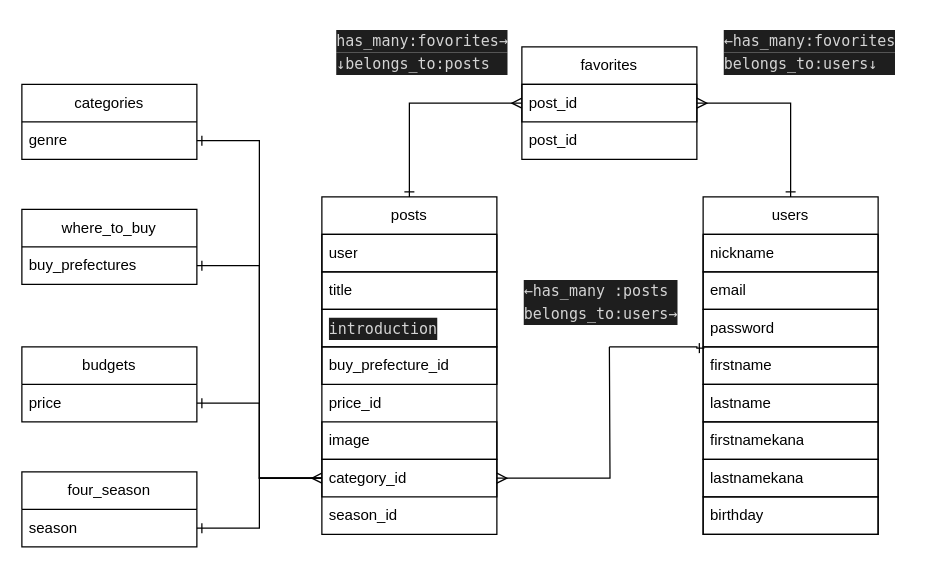
The draw.io diagram page "ER図" (1 of 2) of ER.drawio in kazuma516/temiyage, before the edit. Source tidied: cells renumbered, new cells numbered last; positions are measured from the earlier drawing's top-left corner, leaving out a move shared by most shapes. Both pictures are drawn from the tidied source at 125%, with x=0, y=0 at pixel (21, 21).
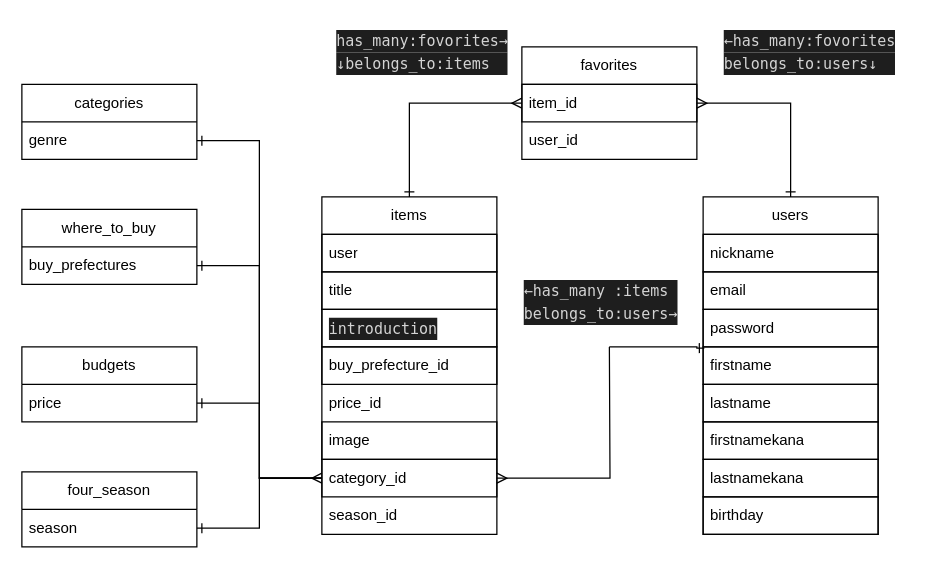
The same page after the edit.

Unchanged cells that the change refers to:
```xml
<mxCell id="34" value="favorites" style="swimlane;fontStyle=0;horizontal=1;startSize=30;whiteSpace=wrap;html=1;" parent="1" vertex="1">
  <mxGeometry x="400" y="20" width="140" height="90" as="geometry" />
</mxCell>
```

Diff of the diagram source:
```diff
@@
-    <mxCell id="11" value="posts" style="swimlane;fontStyle=0;horizontal=1;startSize=30;whiteSpace=wrap;html=1;" parent="1" vertex="1">
+    <mxCell id="11" value="items" style="swimlane;fontStyle=0;horizontal=1;startSize=30;whiteSpace=wrap;html=1;" parent="1" vertex="1">
       <mxGeometry x="240" y="140" width="140" height="270" as="geometry" />
     </mxCell>
@@
-    <mxCell id="35" value="post_id" style="text;strokeColor=default;fillColor=none;align=left;verticalAlign=middle;spacingLeft=4;spacingRight=4;overflow=hidden;points=[[0,0.5],[1,0.5]];portConstraint=eastwest;whiteSpace=wrap;html=1;" parent="34" vertex="1">
+    <mxCell id="35" value="item_id" style="text;strokeColor=default;fillColor=none;align=left;verticalAlign=middle;spacingLeft=4;spacingRight=4;overflow=hidden;points=[[0,0.5],[1,0.5]];portConstraint=eastwest;whiteSpace=wrap;html=1;" parent="34" vertex="1">
       <mxGeometry y="30" width="140" height="30" as="geometry" />
     </mxCell>
-    <mxCell id="36" value="post_id" style="text;strokeColor=none;fillColor=none;align=left;verticalAlign=middle;spacingLeft=4;spacingRight=4;overflow=hidden;whiteSpace=wrap;html=1;" parent="34" vertex="1">
+    <mxCell id="36" value="user_id" style="text;strokeColor=none;fillColor=none;align=left;verticalAlign=middle;spacingLeft=4;spacingRight=4;overflow=hidden;whiteSpace=wrap;html=1;" parent="34" vertex="1">
       <mxGeometry y="60" width="140" height="30" as="geometry" />
     </mxCell>
@@
-    <mxCell id="39" value="&lt;div style=&quot;color: rgb(212 , 212 , 212) ; background-color: rgb(30 , 30 , 30) ; font-family: &amp;#34;menlo&amp;#34; , &amp;#34;monaco&amp;#34; , &amp;#34;courier new&amp;#34; , monospace ; font-weight: normal ; font-size: 12px ; line-height: 18px&quot;&gt;has_many:fovorites→&lt;/div&gt;&lt;div style=&quot;color: rgb(212 , 212 , 212) ; background-color: rgb(30 , 30 , 30) ; font-family: &amp;#34;menlo&amp;#34; , &amp;#34;monaco&amp;#34; , &amp;#34;courier new&amp;#34; , monospace ; font-weight: normal ; font-size: 12px ; line-height: 18px&quot;&gt;↓belongs_to:posts&lt;/div&gt;" style="text;whiteSpace=wrap;html=1;" parent="1" vertex="1">
+    <mxCell id="39" value="&lt;div style=&quot;color: rgb(212 , 212 , 212) ; background-color: rgb(30 , 30 , 30) ; font-family: &amp;#34;menlo&amp;#34; , &amp;#34;monaco&amp;#34; , &amp;#34;courier new&amp;#34; , monospace ; font-weight: normal ; font-size: 12px ; line-height: 18px&quot;&gt;has_many:fovorites→&lt;/div&gt;&lt;div style=&quot;color: rgb(212 , 212 , 212) ; background-color: rgb(30 , 30 , 30) ; font-family: &amp;#34;menlo&amp;#34; , &amp;#34;monaco&amp;#34; , &amp;#34;courier new&amp;#34; , monospace ; font-weight: normal ; font-size: 12px ; line-height: 18px&quot;&gt;↓belongs_to:items&lt;/div&gt;" style="text;whiteSpace=wrap;html=1;" parent="1" vertex="1">
       <mxGeometry x="250" width="140" height="60" as="geometry" />
     </mxCell>
@@
-    <mxCell id="41" value="&lt;div style=&quot;color: rgb(212 , 212 , 212) ; background-color: rgb(30 , 30 , 30) ; font-family: &amp;#34;menlo&amp;#34; , &amp;#34;monaco&amp;#34; , &amp;#34;courier new&amp;#34; , monospace ; font-weight: normal ; font-size: 12px ; line-height: 18px&quot;&gt;&lt;div&gt;&lt;span style=&quot;color: #d4d4d4&quot;&gt;←has_many :posts&lt;/span&gt;&lt;/div&gt;&lt;div&gt;belongs_to:users→&lt;/div&gt;&lt;/div&gt;" style="text;whiteSpace=wrap;html=1;rotation=0;" parent="1" vertex="1">
+    <mxCell id="41" value="&lt;div style=&quot;color: rgb(212 , 212 , 212) ; background-color: rgb(30 , 30 , 30) ; font-family: &amp;#34;menlo&amp;#34; , &amp;#34;monaco&amp;#34; , &amp;#34;courier new&amp;#34; , monospace ; font-weight: normal ; font-size: 12px ; line-height: 18px&quot;&gt;&lt;div&gt;&lt;span style=&quot;color: #d4d4d4&quot;&gt;←has_many :items&lt;/span&gt;&lt;/div&gt;&lt;div&gt;belongs_to:users→&lt;/div&gt;&lt;/div&gt;" style="text;whiteSpace=wrap;html=1;rotation=0;" parent="1" vertex="1">
       <mxGeometry x="400" y="200" width="130" height="40" as="geometry" />
     </mxCell>
```
